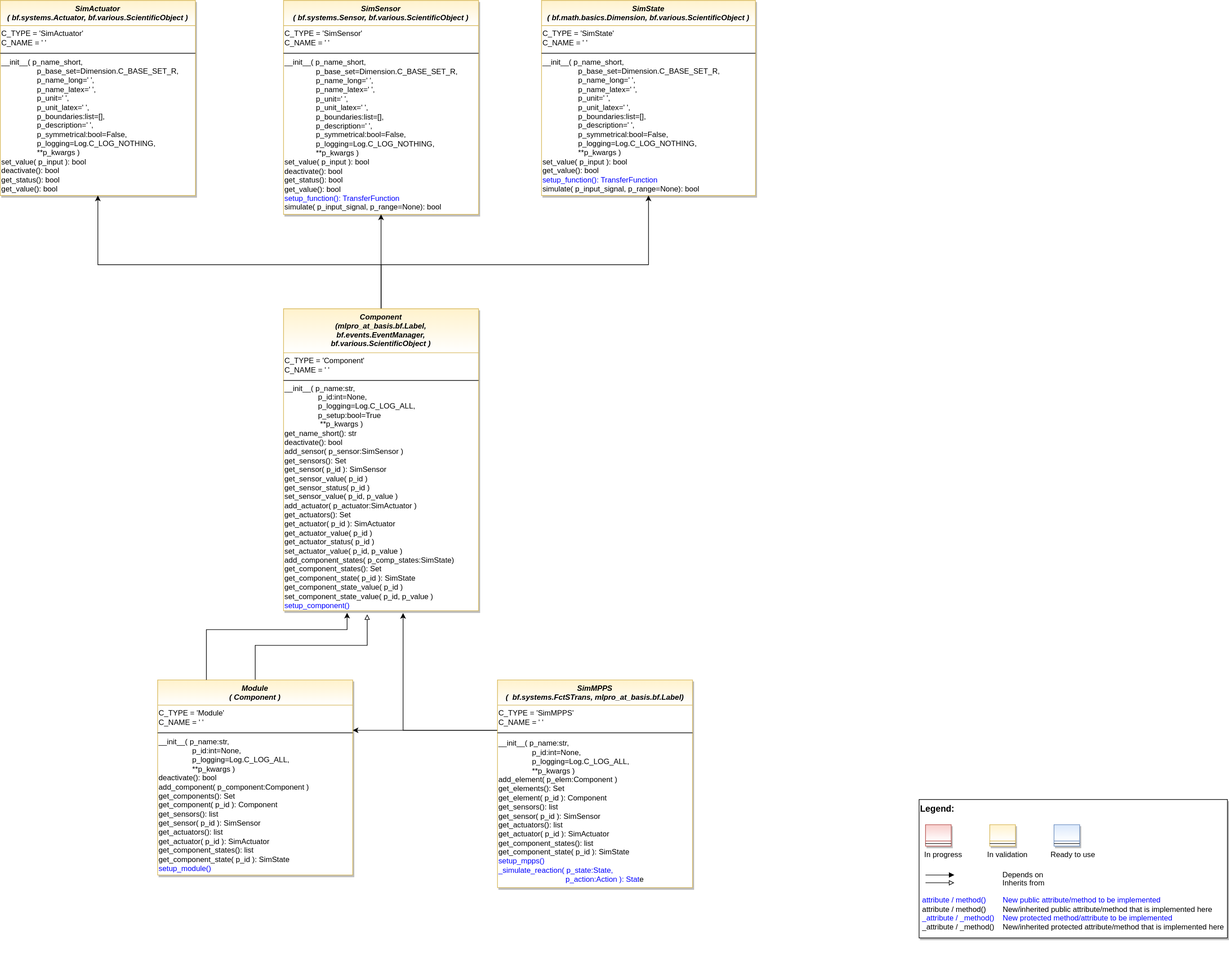
Above: doc/class_diagram/mlpro_sim_mpps.svg in fhswf/MLPro-MPPS (draw.io), before the change. Source tidied: cells renumbered, new cells last; positions are measured from the earlier drawing's top-left corner, leaving out a move shared by most shapes.
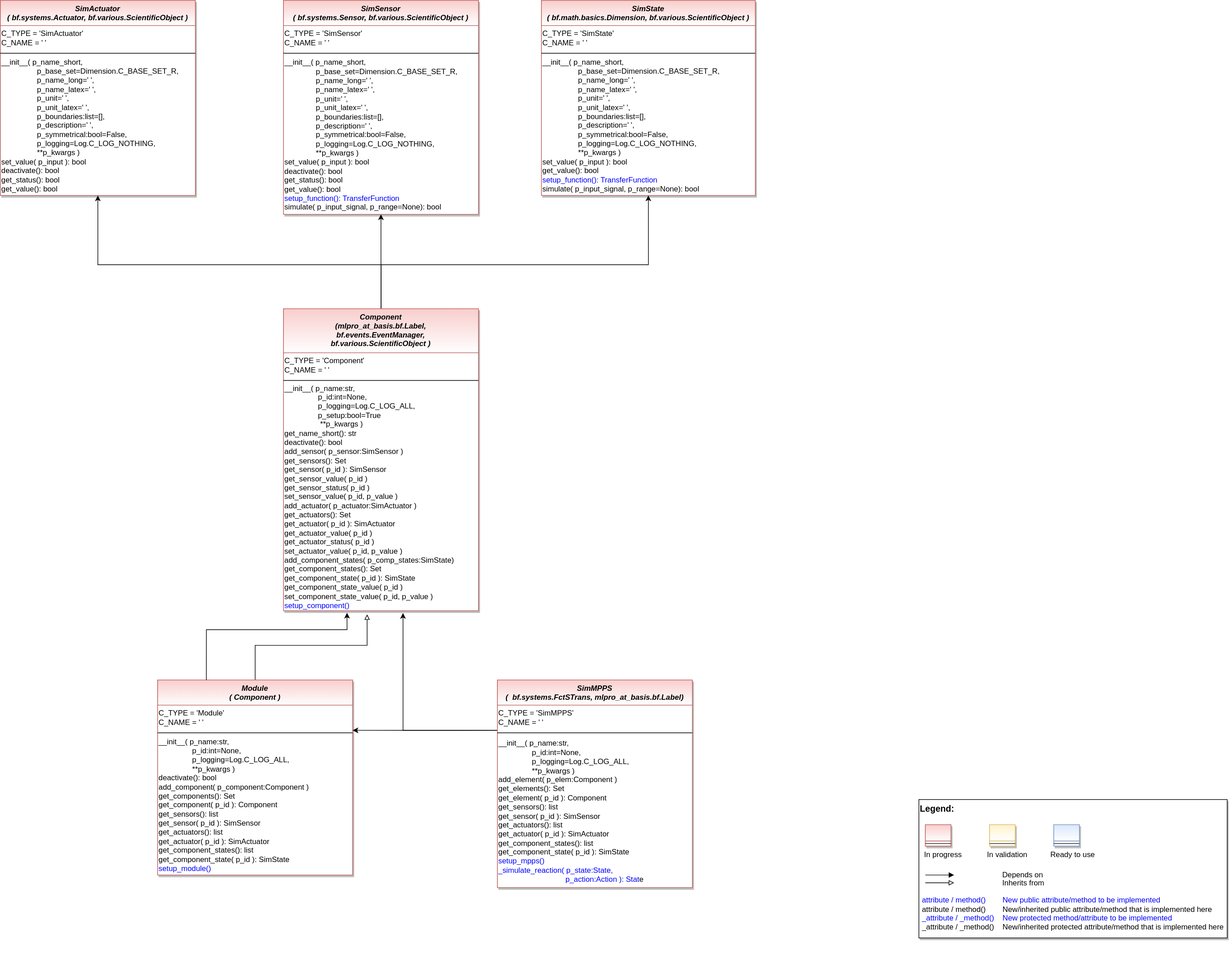
After the change.

Commit message:
update classs diagram

Change to the diagram source:
```diff
@@ -43,7 +43,7 @@
     <mxCell id="11" style="line;html=1;strokeWidth=1;align=left;verticalAlign=middle;spacingTop=-1;spacingLeft=3;spacingRight=3;labelPosition=right;" parent="10" vertex="1">
       <mxGeometry y="26" width="40.8" height="8" as="geometry" />
     </mxCell>
-    <mxCell id="12" value="SimActuator&#10;( bf.systems.Actuator, bf.various.ScientificObject )" style="swimlane;fontStyle=3;align=center;verticalAlign=top;horizontal=1;startSize=40;rounded=0;shadow=1;strokeWidth=1;fillColor=#fff2cc;strokeColor=#d6b656;swimlaneFillColor=#ffffff;gradientColor=#FFFFFF;" parent="1" vertex="1">
+    <mxCell id="12" value="SimActuator&#10;( bf.systems.Actuator, bf.various.ScientificObject )" style="swimlane;fontStyle=3;align=center;verticalAlign=top;horizontal=1;startSize=40;rounded=0;shadow=1;strokeWidth=1;fillColor=#f8cecc;strokeColor=#b85450;swimlaneFillColor=#ffffff;gradientColor=#FFFFFF;" parent="1" vertex="1">
       <mxGeometry width="310" height="310" as="geometry" />
     </mxCell>
     <mxCell id="13" value="&lt;span style=&quot;&quot;&gt;C_TYPE = 'SimActuator'&lt;br&gt;C_NAME = ' '&lt;br&gt;&lt;/span&gt;" style="text;html=1;strokeColor=none;fillColor=none;align=left;verticalAlign=middle;whiteSpace=wrap;rounded=0;" parent="12" vertex="1">
@@ -55,7 +55,7 @@
     <mxCell id="15" value="__init__( p_name_short,&lt;br&gt;&amp;nbsp;&lt;span style=&quot;white-space: pre;&quot;&gt;&#9;&lt;/span&gt;&lt;span style=&quot;white-space: pre;&quot;&gt;&#9;&lt;/span&gt;&amp;nbsp;p_base_set=Dimension.C_BASE_SET_R,&lt;br&gt;&lt;span style=&quot;white-space: pre;&quot;&gt;&#9;&lt;/span&gt;&lt;span style=&quot;white-space: pre;&quot;&gt;&#9;&lt;/span&gt;&amp;nbsp;p_name_long=' ',&lt;br&gt;&lt;span style=&quot;white-space: pre;&quot;&gt;&#9;&lt;/span&gt;&lt;span style=&quot;white-space: pre;&quot;&gt;&#9;&lt;/span&gt;&amp;nbsp;p_name_latex=' ',&lt;br&gt;&lt;span style=&quot;white-space: pre;&quot;&gt;&#9;&lt;/span&gt;&lt;span style=&quot;white-space: pre;&quot;&gt;&#9;&lt;/span&gt;&amp;nbsp;p_unit=' ',&lt;br&gt;&lt;span style=&quot;white-space: pre;&quot;&gt;&#9;&lt;/span&gt;&lt;span style=&quot;white-space: pre;&quot;&gt;&#9;&lt;/span&gt;&amp;nbsp;p_unit_latex=' ',&lt;br&gt;&lt;span style=&quot;white-space: pre;&quot;&gt;&#9;&lt;/span&gt;&lt;span style=&quot;white-space: pre;&quot;&gt;&#9;&lt;/span&gt;&amp;nbsp;p_boundaries:list=[],&lt;br&gt;&lt;span style=&quot;white-space: pre;&quot;&gt;&#9;&lt;/span&gt;&lt;span style=&quot;white-space: pre;&quot;&gt;&#9;&lt;/span&gt;&amp;nbsp;p_description=' ',&lt;br&gt;&lt;span style=&quot;white-space: pre;&quot;&gt;&#9;&lt;/span&gt;&lt;span style=&quot;white-space: pre;&quot;&gt;&#9;&lt;/span&gt;&amp;nbsp;p_symmetrical:bool=False,&lt;br&gt;&amp;nbsp;&lt;span style=&quot;white-space: pre;&quot;&gt;&#9;&lt;/span&gt;&lt;span style=&quot;white-space: pre;&quot;&gt;&#9;&lt;/span&gt;&amp;nbsp;p_logging=Log.C_LOG_NOTHING,&lt;br&gt;&lt;span style=&quot;white-space: pre;&quot;&gt;&#9;&lt;/span&gt;&lt;span style=&quot;white-space: pre;&quot;&gt;&#9;&lt;/span&gt;&amp;nbsp;**p_kwargs )&lt;br&gt;set_value( p_input ): bool&lt;br&gt;deactivate(): bool&lt;br&gt;get_status(): bool&lt;br&gt;get_value(): bool" style="text;html=1;strokeColor=none;fillColor=none;align=left;verticalAlign=middle;whiteSpace=wrap;rounded=0;" parent="12" vertex="1">
       <mxGeometry y="88" width="310" height="222" as="geometry" />
     </mxCell>
-    <mxCell id="16" value="SimSensor&#10;( bf.systems.Sensor, bf.various.ScientificObject )" style="swimlane;fontStyle=3;align=center;verticalAlign=top;horizontal=1;startSize=40;rounded=0;shadow=1;strokeWidth=1;fillColor=#fff2cc;strokeColor=#d6b656;swimlaneFillColor=#ffffff;gradientColor=#FFFFFF;" parent="1" vertex="1">
+    <mxCell id="16" value="SimSensor&#10;( bf.systems.Sensor, bf.various.ScientificObject )" style="swimlane;fontStyle=3;align=center;verticalAlign=top;horizontal=1;startSize=40;rounded=0;shadow=1;strokeWidth=1;fillColor=#f8cecc;strokeColor=#b85450;swimlaneFillColor=#ffffff;gradientColor=#FFFFFF;" parent="1" vertex="1">
       <mxGeometry x="450" width="310" height="340" as="geometry" />
     </mxCell>
     <mxCell id="17" value="&lt;span style=&quot;&quot;&gt;C_TYPE = 'SimSensor'&lt;br&gt;C_NAME = ' '&lt;br&gt;&lt;/span&gt;" style="text;html=1;strokeColor=none;fillColor=none;align=left;verticalAlign=middle;whiteSpace=wrap;rounded=0;" parent="16" vertex="1">
@@ -67,7 +67,7 @@
     <mxCell id="19" value="__init__( p_name_short,&lt;br&gt;&amp;nbsp;&lt;span style=&quot;&quot;&gt;&#9;&lt;/span&gt;&lt;span style=&quot;&quot;&gt;&#9;&lt;/span&gt;&amp;nbsp;&lt;span style=&quot;&quot;&gt;&#9;&lt;/span&gt;&amp;nbsp; &amp;nbsp; &amp;nbsp; &amp;nbsp; &amp;nbsp; &amp;nbsp;p_base_set=Dimension.C_BASE_SET_R,&lt;br&gt;&amp;nbsp;&amp;nbsp;&amp;nbsp;&amp;nbsp;&amp;nbsp; &amp;nbsp; &amp;nbsp; &amp;nbsp; &amp;nbsp; &amp;nbsp;p_name_long=' ',&lt;br&gt;&amp;nbsp;&amp;nbsp;&amp;nbsp;&amp;nbsp;&amp;nbsp; &amp;nbsp; &amp;nbsp; &amp;nbsp; &amp;nbsp; &amp;nbsp;p_name_latex=' ',&lt;br&gt;&amp;nbsp;&amp;nbsp;&amp;nbsp;&amp;nbsp;&amp;nbsp; &amp;nbsp; &amp;nbsp; &amp;nbsp; &amp;nbsp; &amp;nbsp;p_unit=' ',&lt;br&gt;&amp;nbsp;&amp;nbsp;&amp;nbsp;&amp;nbsp;&amp;nbsp; &amp;nbsp; &amp;nbsp; &amp;nbsp; &amp;nbsp; &amp;nbsp;p_unit_latex=' ',&lt;br&gt;&amp;nbsp;&amp;nbsp;&amp;nbsp;&amp;nbsp;&amp;nbsp; &amp;nbsp; &amp;nbsp; &amp;nbsp; &amp;nbsp; &amp;nbsp;p_boundaries:list=[],&lt;br&gt;&amp;nbsp;&amp;nbsp;&amp;nbsp;&amp;nbsp;&amp;nbsp; &amp;nbsp; &amp;nbsp; &amp;nbsp; &amp;nbsp; &amp;nbsp;p_description=' ',&lt;br&gt;&amp;nbsp;&amp;nbsp;&amp;nbsp;&amp;nbsp;&amp;nbsp; &amp;nbsp; &amp;nbsp; &amp;nbsp; &amp;nbsp; &amp;nbsp;p_symmetrical:bool=False,&lt;br&gt;&amp;nbsp;&amp;nbsp;&amp;nbsp;&amp;nbsp;&amp;nbsp; &amp;nbsp; &amp;nbsp; &amp;nbsp; &amp;nbsp; &amp;nbsp;p_logging=Log.C_LOG_NOTHING,&lt;br&gt;&amp;nbsp;&amp;nbsp;&amp;nbsp;&amp;nbsp;&amp;nbsp; &amp;nbsp; &amp;nbsp; &amp;nbsp; &amp;nbsp; &amp;nbsp;**p_kwargs )&lt;br&gt;set_value( p_input ): bool&lt;br&gt;deactivate(): bool&lt;br&gt;get_status(): bool&lt;br&gt;get_value(): bool&lt;br&gt;&lt;font color=&quot;#0000ff&quot;&gt;setup_function(): TransferFunction&lt;/font&gt;&lt;br&gt;simulate( p_input_signal, p_range=None): bool" style="text;html=1;strokeColor=none;fillColor=none;align=left;verticalAlign=middle;whiteSpace=wrap;rounded=0;" parent="16" vertex="1">
       <mxGeometry y="88" width="310" height="252" as="geometry" />
     </mxCell>
-    <mxCell id="20" value="SimState&#10;( bf.math.basics.Dimension, bf.various.ScientificObject )" style="swimlane;fontStyle=3;align=center;verticalAlign=top;horizontal=1;startSize=40;rounded=0;shadow=1;strokeWidth=1;fillColor=#fff2cc;strokeColor=#d6b656;swimlaneFillColor=#ffffff;gradientColor=#FFFFFF;" parent="1" vertex="1">
+    <mxCell id="20" value="SimState&#10;( bf.math.basics.Dimension, bf.various.ScientificObject )" style="swimlane;fontStyle=3;align=center;verticalAlign=top;horizontal=1;startSize=40;rounded=0;shadow=1;strokeWidth=1;fillColor=#f8cecc;strokeColor=#b85450;swimlaneFillColor=#ffffff;gradientColor=#FFFFFF;" parent="1" vertex="1">
       <mxGeometry x="860" width="340" height="310" as="geometry" />
     </mxCell>
     <mxCell id="21" value="&lt;span style=&quot;&quot;&gt;C_TYPE = 'SimState'&lt;br&gt;C_NAME = ' '&lt;br&gt;&lt;/span&gt;" style="text;html=1;strokeColor=none;fillColor=none;align=left;verticalAlign=middle;whiteSpace=wrap;rounded=0;" parent="20" vertex="1">
@@ -98,7 +98,7 @@
         </Array>
       </mxGeometry>
     </mxCell>
-    <mxCell id="27" value="Component&#10;(mlpro_at_basis.bf.Label,&#10;bf.events.EventManager,&#10;bf.various.ScientificObject )" style="swimlane;fontStyle=3;align=center;verticalAlign=top;horizontal=1;startSize=70;rounded=0;shadow=1;strokeWidth=1;fillColor=#fff2cc;strokeColor=#d6b656;swimlaneFillColor=#ffffff;gradientColor=#FFFFFF;" parent="1" vertex="1">
+    <mxCell id="27" value="Component&#10;(mlpro_at_basis.bf.Label,&#10;bf.events.EventManager,&#10;bf.various.ScientificObject )" style="swimlane;fontStyle=3;align=center;verticalAlign=top;horizontal=1;startSize=70;rounded=0;shadow=1;strokeWidth=1;fillColor=#f8cecc;strokeColor=#b85450;swimlaneFillColor=#ffffff;gradientColor=#FFFFFF;" parent="1" vertex="1">
       <mxGeometry x="450" y="490" width="310" height="480" as="geometry" />
     </mxCell>
     <mxCell id="28" value="&lt;span style=&quot;&quot;&gt;C_TYPE = 'Component'&lt;br&gt;C_NAME = ' '&lt;br&gt;&lt;/span&gt;" style="text;html=1;strokeColor=none;fillColor=none;align=left;verticalAlign=middle;whiteSpace=wrap;rounded=0;" parent="27" vertex="1">
@@ -113,7 +113,7 @@
     <mxCell id="31" style="edgeStyle=orthogonalEdgeStyle;rounded=0;jettySize=auto;html=1;entryX=0.429;entryY=1.016;entryDx=0;entryDy=0;entryPerimeter=0;fontColor=#0000FF;endArrow=block;endFill=0;" parent="1" edge="1" source="32" target="30">
       <mxGeometry relative="1" as="geometry" />
     </mxCell>
-    <mxCell id="32" value="Module&#10;( Component )" style="swimlane;fontStyle=3;align=center;verticalAlign=top;horizontal=1;startSize=40;rounded=0;shadow=1;strokeWidth=1;fillColor=#fff2cc;strokeColor=#d6b656;swimlaneFillColor=#ffffff;gradientColor=#FFFFFF;" parent="1" vertex="1">
+    <mxCell id="32" value="Module&#10;( Component )" style="swimlane;fontStyle=3;align=center;verticalAlign=top;horizontal=1;startSize=40;rounded=0;shadow=1;strokeWidth=1;fillColor=#f8cecc;strokeColor=#b85450;swimlaneFillColor=#ffffff;gradientColor=#FFFFFF;" parent="1" vertex="1">
       <mxGeometry x="250" y="1080" width="310" height="310" as="geometry" />
     </mxCell>
     <mxCell id="33" value="&lt;span style=&quot;&quot;&gt;C_TYPE = 'Module'&lt;br&gt;C_NAME = ' '&lt;br&gt;&lt;/span&gt;" style="text;html=1;strokeColor=none;fillColor=none;align=left;verticalAlign=middle;whiteSpace=wrap;rounded=0;" parent="32" vertex="1">
@@ -140,7 +140,7 @@
         </Array>
       </mxGeometry>
     </mxCell>
-    <mxCell id="38" value="SimMPPS&#10;(  bf.systems.FctSTrans, mlpro_at_basis.bf.Label)" style="swimlane;fontStyle=3;align=center;verticalAlign=top;horizontal=1;startSize=40;rounded=0;shadow=1;strokeWidth=1;fillColor=#fff2cc;strokeColor=#d6b656;swimlaneFillColor=#ffffff;gradientColor=#FFFFFF;" parent="1" vertex="1">
+    <mxCell id="38" value="SimMPPS&#10;(  bf.systems.FctSTrans, mlpro_at_basis.bf.Label)" style="swimlane;fontStyle=3;align=center;verticalAlign=top;horizontal=1;startSize=40;rounded=0;shadow=1;strokeWidth=1;fillColor=#f8cecc;strokeColor=#b85450;swimlaneFillColor=#ffffff;gradientColor=#FFFFFF;" parent="1" vertex="1">
       <mxGeometry x="790" y="1080" width="310" height="330" as="geometry" />
     </mxCell>
     <mxCell id="39" value="&lt;span style=&quot;&quot;&gt;C_TYPE = 'SimMPPS'&lt;br&gt;C_NAME = ' '&lt;br&gt;&lt;/span&gt;" style="text;html=1;strokeColor=none;fillColor=none;align=left;verticalAlign=middle;whiteSpace=wrap;rounded=0;" parent="38" vertex="1">
```
